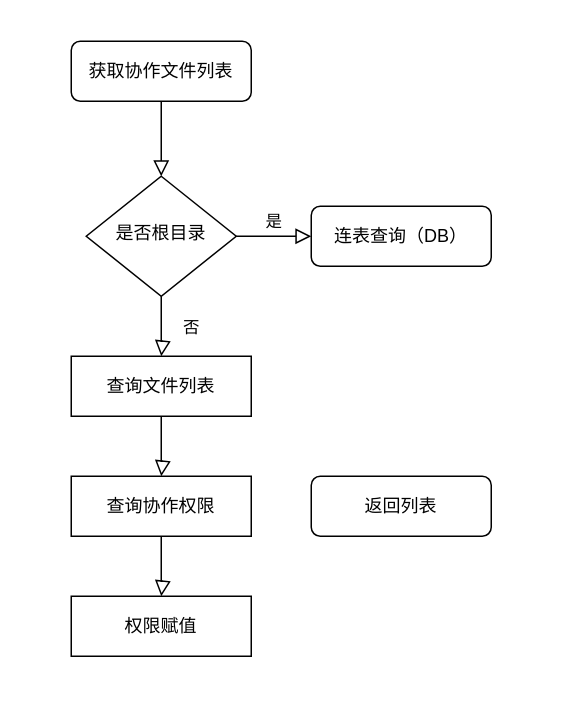
Earlier version of the draw.io diagram saas-cooperate.drawio (huanjiesm/saas-draw). Source tidied: cells renumbered, new cells numbered last; positions are measured from the earlier drawing's top-left corner, leaving out a move shared by most shapes. Both pictures are drawn from the tidied source at 150%, with x=0, y=0 at pixel (70, 40).
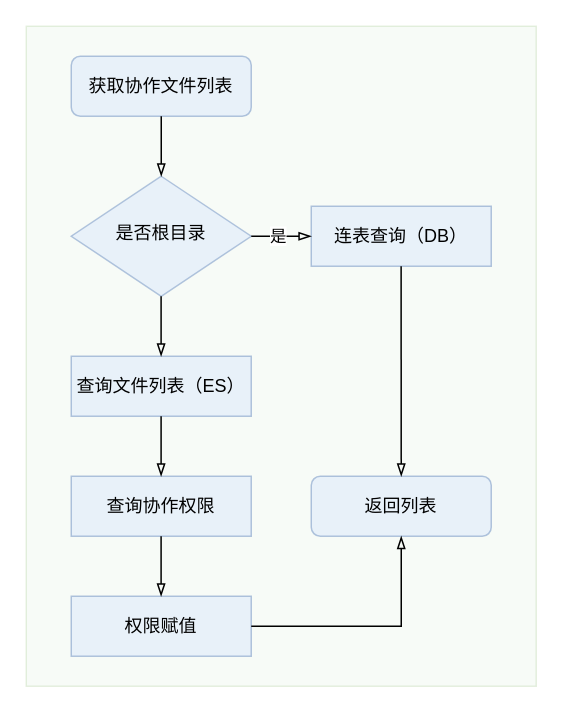
The same page after the edit.

What changed in the source:
```diff
@@
-    <mxCell id="2" style="rounded=0;html=1;jettySize=auto;fontSize=11;endArrow=block;endFill=0;endSize=8;strokeWidth=1;shadow=0;labelBackgroundColor=none;edgeStyle=orthogonalEdgeStyle;" parent="1" edge="1" source="3" target="6">
-      <mxGeometry relative="1" as="geometry" />
-    </mxCell>
+    <mxCell id="14" style="rounded=0;whiteSpace=wrap;html=1;fillColor=#d5e8d4;strokeColor=#82b366;opacity=20;" parent="1" vertex="1">
+      <mxGeometry x="-30" y="-10" width="340" height="440" as="geometry" />
+    </mxCell>
-    <mxCell id="3" value="获取协作文件列表" style="rounded=1;whiteSpace=wrap;html=1;fontSize=12;glass=0;strokeWidth=1;shadow=0;" parent="1" vertex="1">
-      <mxGeometry width="120" height="40" as="geometry" />
+    <mxCell id="3" value="获取协作文件列表" style="rounded=1;whiteSpace=wrap;html=1;fontSize=12;glass=0;strokeWidth=1;shadow=0;fillColor=#dae8fc;strokeColor=#6c8ebf;opacity=50;" parent="1" vertex="1">
+      <mxGeometry y="10" width="120" height="40" as="geometry" />
     </mxCell>
-    <mxCell id="4" value="否" style="rounded=0;html=1;jettySize=auto;fontSize=11;endArrow=block;endFill=0;endSize=8;strokeWidth=1;shadow=0;labelBackgroundColor=none;edgeStyle=orthogonalEdgeStyle;" parent="1" edge="1" source="6">
-      <mxGeometry y="20" relative="1" as="geometry">
-        <mxPoint x="60" y="210" as="targetPoint" />
-        <Array as="points">
-          <mxPoint x="60" y="200" />
-          <mxPoint x="61" y="200" />
-        </Array>
-      </mxGeometry>
-    </mxCell>
-    <mxCell id="5" value="是" style="edgeStyle=orthogonalEdgeStyle;rounded=0;html=1;jettySize=auto;fontSize=11;endArrow=block;endFill=0;endSize=8;strokeWidth=1;shadow=0;labelBackgroundColor=none;" parent="1" edge="1" source="6" target="7">
-      <mxGeometry y="10" relative="1" as="geometry" />
-    </mxCell>
-    <mxCell id="6" value="是否根目录" style="rhombus;whiteSpace=wrap;html=1;shadow=0;fontFamily=Helvetica;fontSize=12;align=center;strokeWidth=1;spacing=6;spacingTop=-4;" parent="1" vertex="1">
-      <mxGeometry x="10" y="90" width="100" height="80" as="geometry" />
+    <mxCell id="6" value="是否根目录" style="rhombus;whiteSpace=wrap;html=1;shadow=0;fontFamily=Helvetica;fontSize=12;align=center;strokeWidth=1;spacing=6;spacingTop=-4;fillColor=#dae8fc;strokeColor=#6c8ebf;opacity=50;" parent="1" vertex="1">
+      <mxGeometry y="90" width="120" height="80" as="geometry" />
     </mxCell>
-    <mxCell id="7" value="连表查询（DB）" style="rounded=1;whiteSpace=wrap;html=1;fontSize=12;glass=0;strokeWidth=1;shadow=0;" parent="1" vertex="1">
+    <mxCell id="7" value="连表查询（DB）" style="rounded=0;whiteSpace=wrap;html=1;fontSize=12;glass=0;strokeWidth=1;shadow=0;fillColor=#dae8fc;strokeColor=#6c8ebf;opacity=50;" parent="1" vertex="1">
       <mxGeometry x="160" y="110" width="120" height="40" as="geometry" />
     </mxCell>
-    <mxCell id="8" value="查询文件列表" style="rounded=0;whiteSpace=wrap;html=1;fontSize=12;glass=0;strokeWidth=1;shadow=0;" parent="1" vertex="1">
+    <mxCell id="8" value="查询文件列表（ES）" style="rounded=0;whiteSpace=wrap;html=1;fontSize=12;glass=0;strokeWidth=1;shadow=0;fillColor=#dae8fc;strokeColor=#6c8ebf;opacity=50;" parent="1" vertex="1">
       <mxGeometry y="210" width="120" height="40" as="geometry" />
     </mxCell>
-    <mxCell id="9" style="rounded=0;html=1;jettySize=auto;orthogonalLoop=1;fontSize=11;endArrow=block;endFill=0;endSize=8;strokeWidth=1;shadow=0;labelBackgroundColor=none;edgeStyle=orthogonalEdgeStyle;" parent="1" edge="1">
-      <mxGeometry y="20" relative="1" as="geometry">
-        <mxPoint x="60" y="250" as="sourcePoint" />
-        <mxPoint x="60" y="290" as="targetPoint" />
-        <Array as="points">
-          <mxPoint x="60" y="280" />
-          <mxPoint x="61" y="280" />
-        </Array>
-      </mxGeometry>
-    </mxCell>
-    <mxCell id="10" value="查询协作权限" style="rounded=0;whiteSpace=wrap;html=1;fontSize=12;glass=0;strokeWidth=1;shadow=0;" parent="1" vertex="1">
+    <mxCell id="10" value="查询协作权限" style="rounded=0;whiteSpace=wrap;html=1;fontSize=12;glass=0;strokeWidth=1;shadow=0;fillColor=#dae8fc;strokeColor=#6c8ebf;opacity=50;" parent="1" vertex="1">
       <mxGeometry y="290" width="120" height="40" as="geometry" />
     </mxCell>
-    <mxCell id="11" style="rounded=0;html=1;jettySize=auto;orthogonalLoop=1;fontSize=11;endArrow=block;endFill=0;endSize=8;strokeWidth=1;shadow=0;labelBackgroundColor=none;edgeStyle=orthogonalEdgeStyle;" parent="1" edge="1">
-      <mxGeometry y="20" relative="1" as="geometry">
-        <mxPoint x="60" y="330" as="sourcePoint" />
-        <mxPoint x="60" y="370" as="targetPoint" />
-        <Array as="points">
-          <mxPoint x="60" y="360" />
-          <mxPoint x="61" y="360" />
-        </Array>
-      </mxGeometry>
-    </mxCell>
-    <mxCell id="12" value="权限赋值" style="rounded=0;whiteSpace=wrap;html=1;fontSize=12;glass=0;strokeWidth=1;shadow=0;" parent="1" vertex="1">
+    <mxCell id="12" value="权限赋值" style="rounded=0;whiteSpace=wrap;html=1;fontSize=12;glass=0;strokeWidth=1;shadow=0;fillColor=#dae8fc;strokeColor=#6c8ebf;opacity=50;" parent="1" vertex="1">
       <mxGeometry y="370" width="120" height="40" as="geometry" />
     </mxCell>
-    <mxCell id="13" value="返回列表" style="rounded=1;whiteSpace=wrap;html=1;fontSize=12;glass=0;strokeWidth=1;shadow=0;" parent="1" vertex="1">
+    <mxCell id="13" value="返回列表" style="rounded=1;whiteSpace=wrap;html=1;fontSize=12;glass=0;strokeWidth=1;shadow=0;fillColor=#dae8fc;strokeColor=#6c8ebf;opacity=50;" parent="1" vertex="1">
       <mxGeometry x="160" y="290" width="120" height="40" as="geometry" />
     </mxCell>
+    <mxCell id="2" style="endArrow=blockThin;html=1;rounded=0;entryX=0.5;entryY=0;entryDx=0;entryDy=0;exitX=0.5;exitY=1;exitDx=0;exitDy=0;endFill=0;" parent="1" edge="1" source="3" target="6">
+      <mxGeometry relative="1" as="geometry" />
+    </mxCell>
+    <mxCell id="15" style="endArrow=blockThin;html=1;rounded=0;entryX=0;entryY=0.5;entryDx=0;entryDy=0;exitX=1;exitY=0.5;exitDx=0;exitDy=0;endFill=0;" parent="1" edge="1" source="6" target="7">
+      <mxGeometry relative="1" as="geometry" />
+    </mxCell>
+    <mxCell id="5" value="是" style="edgeLabel;html=1;align=center;verticalAlign=middle;" parent="15" vertex="1">
+      <mxGeometry x="-0.16" y="1" relative="1" as="geometry" />
+    </mxCell>
+    <mxCell id="16" style="endArrow=blockThin;html=1;rounded=0;entryX=0.5;entryY=0;entryDx=0;entryDy=0;exitX=0.5;exitY=1;exitDx=0;exitDy=0;endFill=0;" parent="1" edge="1">
+      <mxGeometry relative="1" as="geometry">
+        <mxPoint x="59.9" y="170" as="sourcePoint" />
+        <mxPoint x="59.9" y="210" as="targetPoint" />
+      </mxGeometry>
+    </mxCell>
+    <mxCell id="17" style="endArrow=blockThin;html=1;rounded=0;entryX=0.5;entryY=0;entryDx=0;entryDy=0;exitX=0.5;exitY=1;exitDx=0;exitDy=0;endFill=0;" parent="1" edge="1">
+      <mxGeometry relative="1" as="geometry">
+        <mxPoint x="59.9" y="250" as="sourcePoint" />
+        <mxPoint x="59.9" y="290" as="targetPoint" />
+      </mxGeometry>
+    </mxCell>
+    <mxCell id="18" style="endArrow=blockThin;html=1;rounded=0;entryX=0.5;entryY=0;entryDx=0;entryDy=0;exitX=0.5;exitY=1;exitDx=0;exitDy=0;endFill=0;" parent="1" edge="1">
+      <mxGeometry relative="1" as="geometry">
+        <mxPoint x="59.9" y="330" as="sourcePoint" />
+        <mxPoint x="59.9" y="370" as="targetPoint" />
+      </mxGeometry>
+    </mxCell>
+    <mxCell id="19" style="endArrow=blockThin;html=1;rounded=0;entryX=0.5;entryY=1;entryDx=0;entryDy=0;exitX=1;exitY=0.5;exitDx=0;exitDy=0;endFill=0;" parent="1" edge="1" source="12" target="13">
+      <mxGeometry relative="1" as="geometry">
+        <Array as="points">
+          <mxPoint x="220" y="390" />
+        </Array>
+      </mxGeometry>
+    </mxCell>
+    <mxCell id="20" style="endArrow=blockThin;html=1;rounded=0;entryX=0.5;entryY=0;entryDx=0;entryDy=0;exitX=0.5;exitY=1;exitDx=0;exitDy=0;endFill=0;" parent="1" edge="1" target="13">
+      <mxGeometry relative="1" as="geometry">
+        <mxPoint x="219.9" y="150" as="sourcePoint" />
+      </mxGeometry>
+    </mxCell>
```
